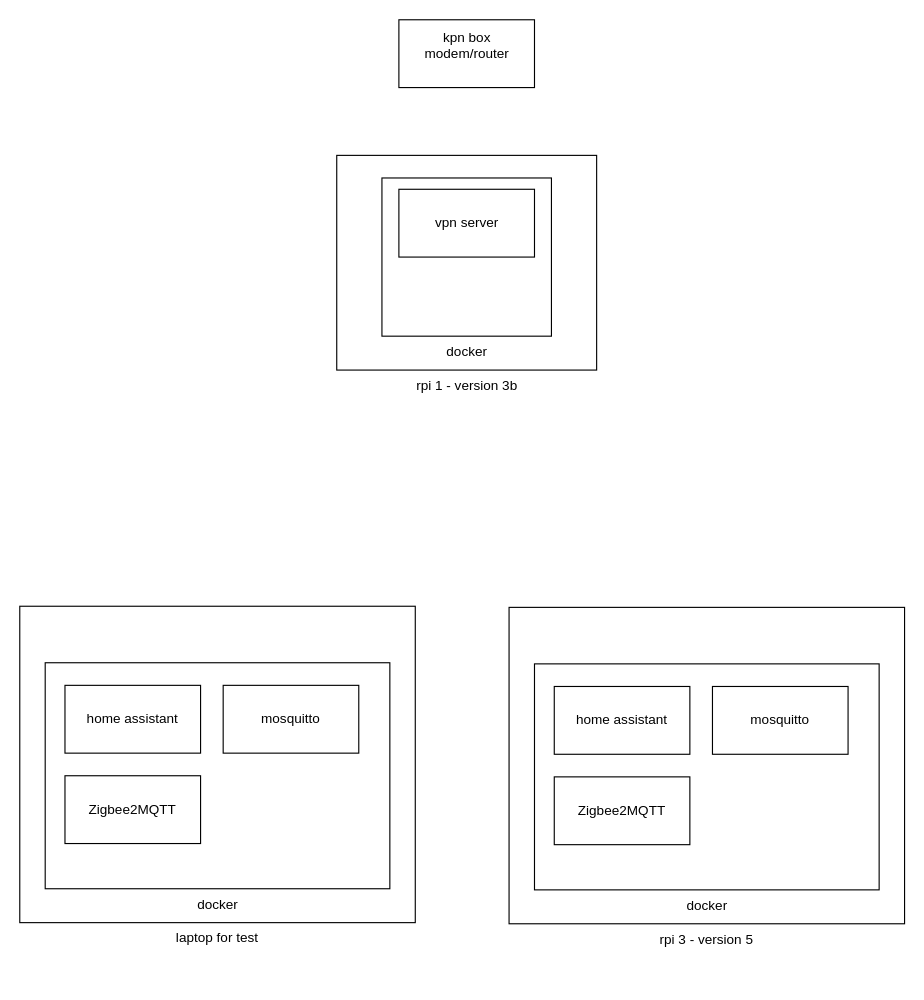
Before: home.drawio in joriswijlens/home, a draw.io diagram. Source tidied: cells renumbered, new cells numbered last; positions are measured from the earlier drawing's top-left corner, leaving out a move shared by most shapes. Both pictures are drawn from the tidied source at 113%, with x=0, y=0 at pixel (19, 19).
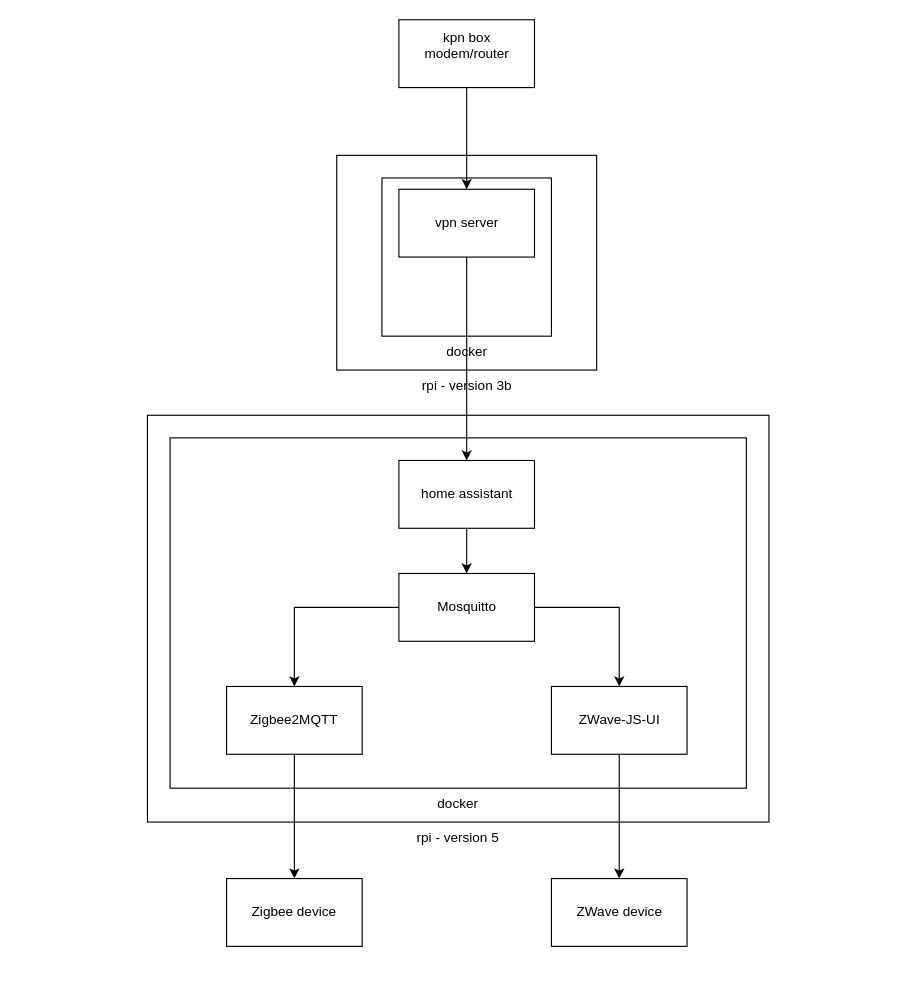
The same diagram, later.

Unchanged cells that the change refers to:
```xml
<mxCell id="9" value="vpn server" style="rounded=0;whiteSpace=wrap;html=1;" parent="1" vertex="1">
  <mxGeometry x="335.5" y="150" width="120" height="60" as="geometry" />
</mxCell>
<mxCell id="15" value="kpn box&lt;div&gt;modem/router&lt;div&gt;&lt;br&gt;&lt;/div&gt;&lt;/div&gt;" style="rounded=0;whiteSpace=wrap;html=1;" parent="1" vertex="1">
  <mxGeometry x="335.5" width="120" height="60" as="geometry" />
</mxCell>
```

What changed in the source:
```diff
@@
-    <mxCell id="2" value="rpi 1 - v&lt;span style=&quot;background-color: transparent; color: light-dark(rgb(0, 0, 0), rgb(255, 255, 255));&quot;&gt;ersion 3b&lt;/span&gt;&lt;div&gt;&lt;br&gt;&lt;/div&gt;" style="rounded=0;whiteSpace=wrap;html=1;labelPosition=center;verticalLabelPosition=bottom;align=center;verticalAlign=top;" parent="1" vertex="1">
+    <mxCell id="2" value="rpi - v&lt;span style=&quot;background-color: transparent; color: light-dark(rgb(0, 0, 0), rgb(255, 255, 255));&quot;&gt;ersion 3b&lt;/span&gt;&lt;div&gt;&lt;br&gt;&lt;/div&gt;" style="rounded=0;whiteSpace=wrap;html=1;labelPosition=center;verticalLabelPosition=bottom;align=center;verticalAlign=top;" parent="1" vertex="1">
       <mxGeometry x="280.5" y="120" width="230" height="190" as="geometry" />
     </mxCell>
-    <mxCell id="3" value="rpi 3 -&amp;nbsp;&lt;span style=&quot;background-color: transparent; color: light-dark(rgb(0, 0, 0), rgb(255, 255, 255));&quot;&gt;version 5&lt;/span&gt;&lt;div&gt;&lt;br&gt;&lt;/div&gt;&lt;div&gt;&lt;br&gt;&lt;/div&gt;" style="rounded=0;whiteSpace=wrap;html=1;labelPosition=center;verticalLabelPosition=bottom;align=center;verticalAlign=top;" parent="1" vertex="1">
-      <mxGeometry x="433" y="520" width="350" height="280" as="geometry" />
+    <mxCell id="3" value="rpi -&amp;nbsp;&lt;span style=&quot;background-color: transparent; color: light-dark(rgb(0, 0, 0), rgb(255, 255, 255));&quot;&gt;version 5&lt;/span&gt;&lt;div&gt;&lt;br&gt;&lt;/div&gt;&lt;div&gt;&lt;br&gt;&lt;/div&gt;" style="rounded=0;whiteSpace=wrap;html=1;labelPosition=center;verticalLabelPosition=bottom;align=center;verticalAlign=top;" parent="1" vertex="1">
+      <mxGeometry x="113" y="350" width="550" height="360" as="geometry" />
     </mxCell>
     <mxCell id="4" value="docker" style="rounded=0;whiteSpace=wrap;html=1;labelPosition=center;verticalLabelPosition=bottom;align=center;verticalAlign=top;" parent="1" vertex="1">
-      <mxGeometry x="455.5" y="570" width="305" height="200" as="geometry" />
+      <mxGeometry x="133" y="370" width="510" height="310" as="geometry" />
     </mxCell>
+    <mxCell id="16" style="edgeStyle=orthogonalEdgeStyle;rounded=0;jettySize=auto;html=1;entryX=0.5;entryY=0;entryDx=0;entryDy=0;" parent="1" edge="1" source="5" target="6">
+      <mxGeometry relative="1" as="geometry" />
+    </mxCell>
     <mxCell id="5" value="home assistant" style="rounded=0;whiteSpace=wrap;html=1;" parent="1" vertex="1">
-      <mxGeometry x="473" y="590" width="120" height="60" as="geometry" />
+      <mxGeometry x="335.5" y="390" width="120" height="60" as="geometry" />
     </mxCell>
+    <mxCell id="17" style="edgeStyle=orthogonalEdgeStyle;rounded=0;jettySize=auto;html=1;entryX=0.5;entryY=0;entryDx=0;entryDy=0;" parent="1" edge="1" source="6" target="7">
+      <mxGeometry relative="1" as="geometry" />
+    </mxCell>
+    <mxCell id="18" style="edgeStyle=orthogonalEdgeStyle;rounded=0;jettySize=auto;html=1;" parent="1" edge="1" source="6" target="24">
+      <mxGeometry relative="1" as="geometry" />
+    </mxCell>
-    <mxCell id="6" value="mosquitto" style="rounded=0;whiteSpace=wrap;html=1;" parent="1" vertex="1">
-      <mxGeometry x="613" y="590" width="120" height="60" as="geometry" />
+    <mxCell id="6" value="Mosquitto" style="rounded=0;whiteSpace=wrap;html=1;" parent="1" vertex="1">
+      <mxGeometry x="335.5" y="490" width="120" height="60" as="geometry" />
     </mxCell>
+    <mxCell id="19" style="edgeStyle=orthogonalEdgeStyle;rounded=0;jettySize=auto;html=1;" parent="1" edge="1" source="7" target="22">
+      <mxGeometry relative="1" as="geometry" />
+    </mxCell>
     <mxCell id="7" value="Zigbee2MQTT" style="rounded=0;whiteSpace=wrap;html=1;" parent="1" vertex="1">
-      <mxGeometry x="473" y="670" width="120" height="60" as="geometry" />
+      <mxGeometry x="183" y="590" width="120" height="60" as="geometry" />
     </mxCell>
@@
+    <mxCell id="20" style="edgeStyle=orthogonalEdgeStyle;rounded=0;jettySize=auto;html=1;" parent="1" edge="1" source="9" target="5">
+      <mxGeometry relative="1" as="geometry" />
+    </mxCell>
@@
-    <mxCell id="10" value="&lt;div&gt;laptop for test&lt;/div&gt;" style="rounded=0;whiteSpace=wrap;html=1;labelPosition=center;verticalLabelPosition=bottom;align=center;verticalAlign=top;" parent="1" vertex="1">
-      <mxGeometry y="519" width="350" height="280" as="geometry" />
-    </mxCell>
-    <mxCell id="11" value="docker" style="rounded=0;whiteSpace=wrap;html=1;labelPosition=center;verticalLabelPosition=bottom;align=center;verticalAlign=top;" parent="1" vertex="1">
-      <mxGeometry x="22.5" y="569" width="305" height="200" as="geometry" />
-    </mxCell>
-    <mxCell id="12" value="home assistant" style="rounded=0;whiteSpace=wrap;html=1;" parent="1" vertex="1">
-      <mxGeometry x="40" y="589" width="120" height="60" as="geometry" />
-    </mxCell>
-    <mxCell id="13" value="mosquitto" style="rounded=0;whiteSpace=wrap;html=1;" parent="1" vertex="1">
-      <mxGeometry x="180" y="589" width="120" height="60" as="geometry" />
-    </mxCell>
-    <mxCell id="14" value="Zigbee2MQTT" style="rounded=0;whiteSpace=wrap;html=1;" parent="1" vertex="1">
-      <mxGeometry x="40" y="669" width="120" height="60" as="geometry" />
-    </mxCell>
+    <mxCell id="21" style="edgeStyle=orthogonalEdgeStyle;rounded=0;jettySize=auto;html=1;entryX=0.5;entryY=0;entryDx=0;entryDy=0;" parent="1" edge="1" source="15" target="9">
+      <mxGeometry relative="1" as="geometry" />
+    </mxCell>
@@
+    <mxCell id="22" value="Zigbee device" style="rounded=0;whiteSpace=wrap;html=1;" parent="1" vertex="1">
+      <mxGeometry x="183" y="760" width="120" height="60" as="geometry" />
+    </mxCell>
+    <mxCell id="23" style="edgeStyle=orthogonalEdgeStyle;rounded=0;jettySize=auto;html=1;" parent="1" edge="1" source="24" target="25">
+      <mxGeometry relative="1" as="geometry" />
+    </mxCell>
+    <mxCell id="24" value="ZWave-JS-UI" style="rounded=0;whiteSpace=wrap;html=1;" parent="1" vertex="1">
+      <mxGeometry x="470.5" y="590" width="120" height="60" as="geometry" />
+    </mxCell>
+    <mxCell id="25" value="ZWave device" style="rounded=0;whiteSpace=wrap;html=1;" parent="1" vertex="1">
+      <mxGeometry x="470.5" y="760" width="120" height="60" as="geometry" />
+    </mxCell>
```
